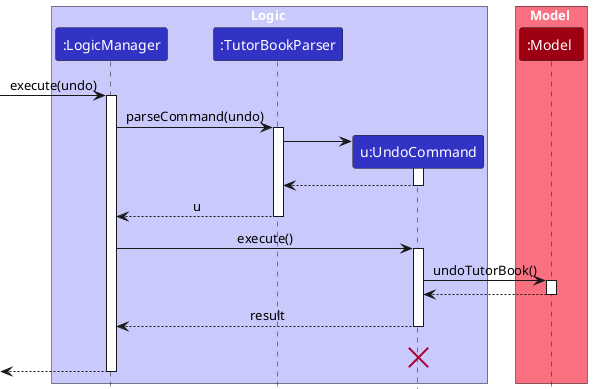
Above: docs/images/UndoSequenceDiagram-Logic.png in AY2627S1-CS2103T-F13-1/tp (PlantUML), before the change.
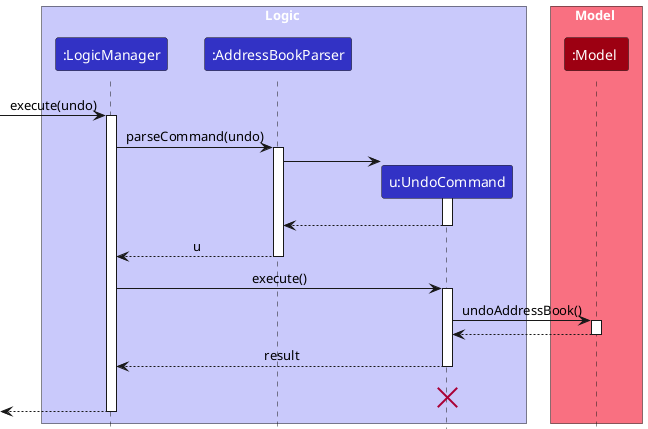
The same diagram one commit later.

Change to the diagram source:
```diff
@@ -4,7 +4,7 @@
 
 box Logic LOGIC_COLOR_T1
 participant ":LogicManager" as LogicManager LOGIC_COLOR
-participant ":TutorBookParser" as TutorBookParser LOGIC_COLOR
+participant ":AddressBookParser" as AddressBookParser LOGIC_COLOR
 participant "u:UndoCommand" as UndoCommand LOGIC_COLOR
 end box
 
@@ -14,23 +14,23 @@
 [-> LogicManager : execute(undo)
 activate LogicManager
 
-LogicManager -> TutorBookParser : parseCommand(undo)
-activate TutorBookParser
+LogicManager -> AddressBookParser : parseCommand(undo)
+activate AddressBookParser
 
 create UndoCommand
-TutorBookParser -> UndoCommand
+AddressBookParser -> UndoCommand
 activate UndoCommand
 
-UndoCommand --> TutorBookParser
+UndoCommand --> AddressBookParser
 deactivate UndoCommand
 
-TutorBookParser --> LogicManager : u
-deactivate TutorBookParser
+AddressBookParser --> LogicManager : u
+deactivate AddressBookParser
 
 LogicManager -> UndoCommand : execute()
 activate UndoCommand
 
-UndoCommand -> Model : undoTutorBook()
+UndoCommand -> Model : undoAddressBook()
 activate Model
 
 Model --> UndoCommand
```
